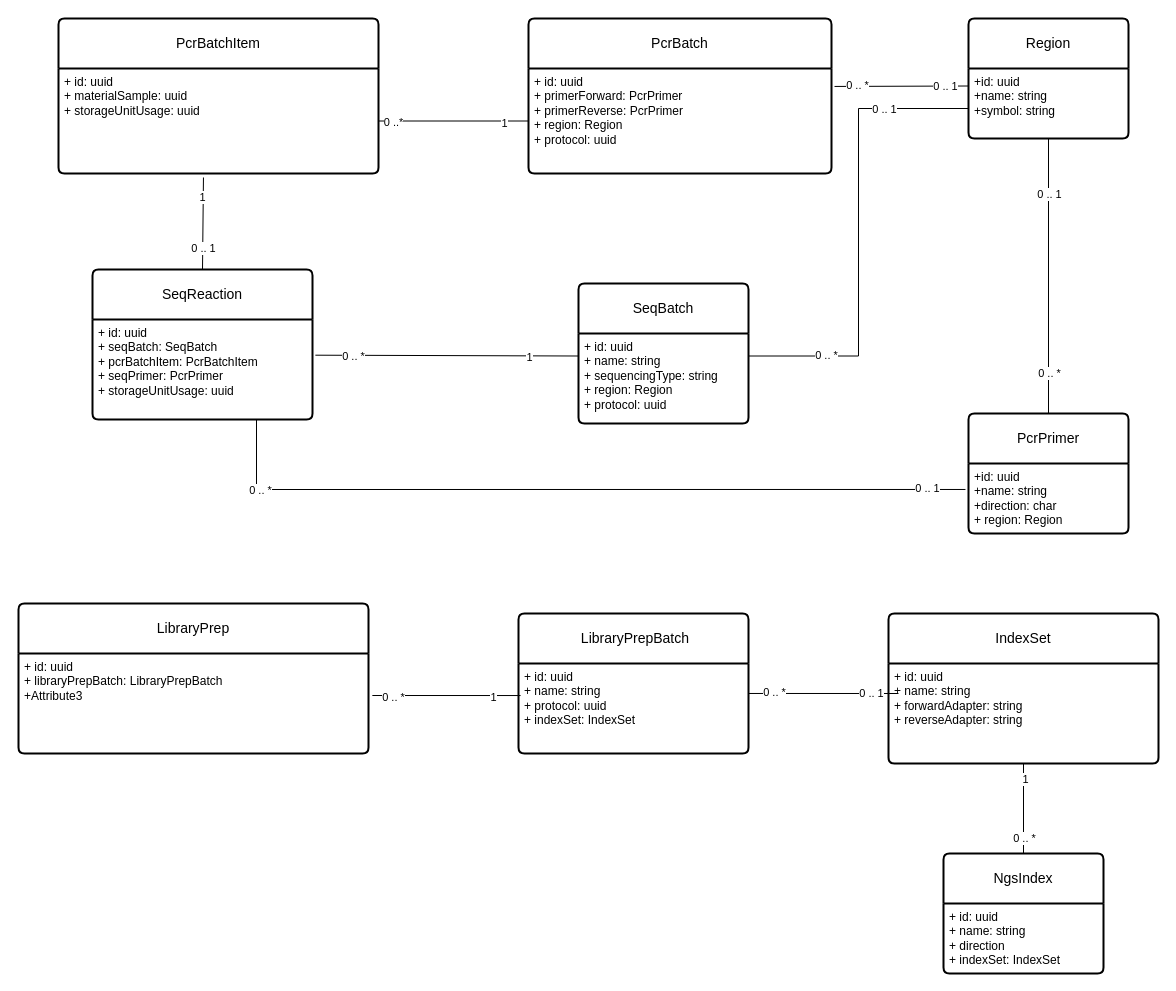
Earlier version of the draw.io diagram docs/sequencingModule.drawio (AAFC-BICoE/seqdb-api). Source tidied: cells renumbered, new cells numbered last; positions are measured from the earlier drawing's top-left corner, leaving out a move shared by most shapes. Both pictures are drawn from the tidied source at 100%, with x=0, y=0 at pixel (18, 18).
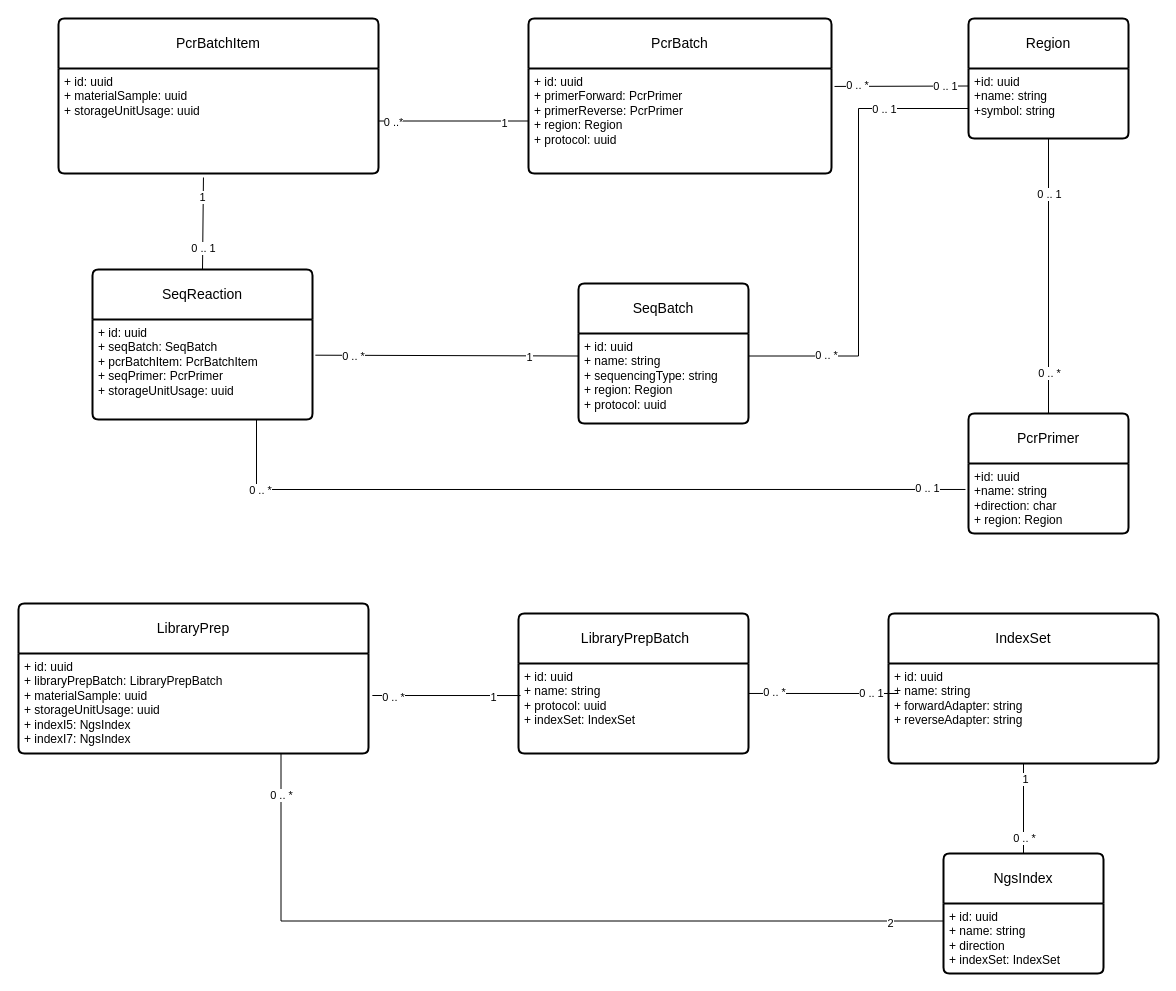
The same page after the edit.

Unchanged cells that the change refers to:
```xml
<mxCell id="35" value="LibraryPrep" style="swimlane;horizontal=1;startSize=50;rounded=1;fontSize=14;fontStyle=0;strokeWidth=2;shadow=0;dashed=0;align=center;arcSize=4;whiteSpace=wrap;html=1;" parent="1" vertex="1">
  <mxGeometry y="585" width="350" height="150" as="geometry" />
</mxCell>
<mxCell id="42" value="+ id: uuid&lt;br&gt;+ name: string&lt;br&gt;+ direction&lt;div&gt;+ indexSet: IndexSet&lt;/div&gt;" style="align=left;strokeColor=none;fillColor=none;spacingLeft=4;fontSize=12;verticalAlign=top;html=1;" parent="41" vertex="1">
  <mxGeometry y="50" width="160" height="70" as="geometry" />
</mxCell>
```

What changed in the source:
```diff
@@
-    <mxCell id="36" value="+ id: uuid&lt;br&gt;+ libraryPrepBatch: LibraryPrepBatch&lt;br&gt;+Attribute3" style="align=left;strokeColor=none;fillColor=none;spacingLeft=4;fontSize=12;verticalAlign=top;html=1;" parent="35" vertex="1">
+    <mxCell id="36" value="+ id: uuid&lt;br&gt;+ libraryPrepBatch: LibraryPrepBatch&lt;br&gt;+&amp;nbsp;materialSample: uuid&lt;div&gt;+&amp;nbsp;storageUnitUsage: uuid&lt;/div&gt;&lt;div&gt;+&amp;nbsp;indexI5: NgsIndex&lt;/div&gt;&lt;div&gt;+&amp;nbsp;indexI7: NgsIndex&lt;/div&gt;" style="align=left;strokeColor=none;fillColor=none;spacingLeft=4;fontSize=12;verticalAlign=top;html=1;" parent="35" vertex="1">
       <mxGeometry y="50" width="350" height="100" as="geometry" />
     </mxCell>
@@
+    <mxCell id="52" style="endArrow=none;html=1;rounded=0;exitX=0.75;exitY=1;exitDx=0;exitDy=0;entryX=0;entryY=0.25;entryDx=0;entryDy=0;edgeStyle=orthogonalEdgeStyle;" parent="1" edge="1" source="36" target="42">
+      <mxGeometry relative="1" as="geometry" />
+    </mxCell>
+    <mxCell id="53" value="0 .. *" style="edgeLabel;html=1;align=center;verticalAlign=middle;" parent="52" vertex="1">
+      <mxGeometry x="-0.9" relative="1" as="geometry" />
+    </mxCell>
+    <mxCell id="54" value="2" style="edgeLabel;html=1;align=center;verticalAlign=middle;" parent="52" vertex="1">
+      <mxGeometry x="0.87" y="-1" relative="1" as="geometry">
+        <mxPoint y="1" as="offset" />
+      </mxGeometry>
+    </mxCell>
```
